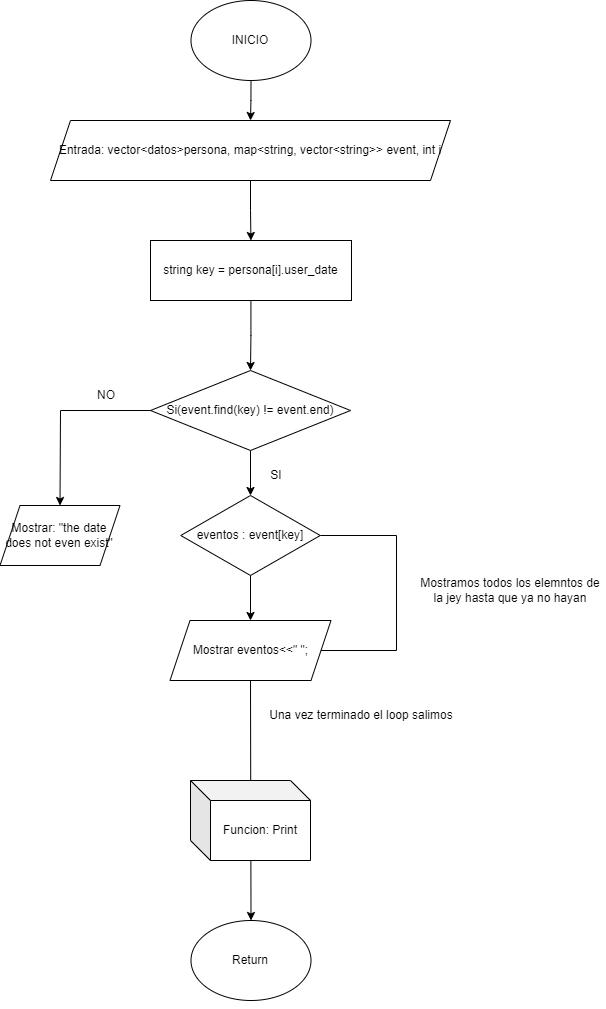
The draw.io diagram Documentation/Funcion Find.drawio.png in AlfredoZC/Data_Base, before a commit. Source tidied: cells renumbered, new cells last; positions are measured from the earlier drawing's top-left corner, leaving out a move shared by most shapes.
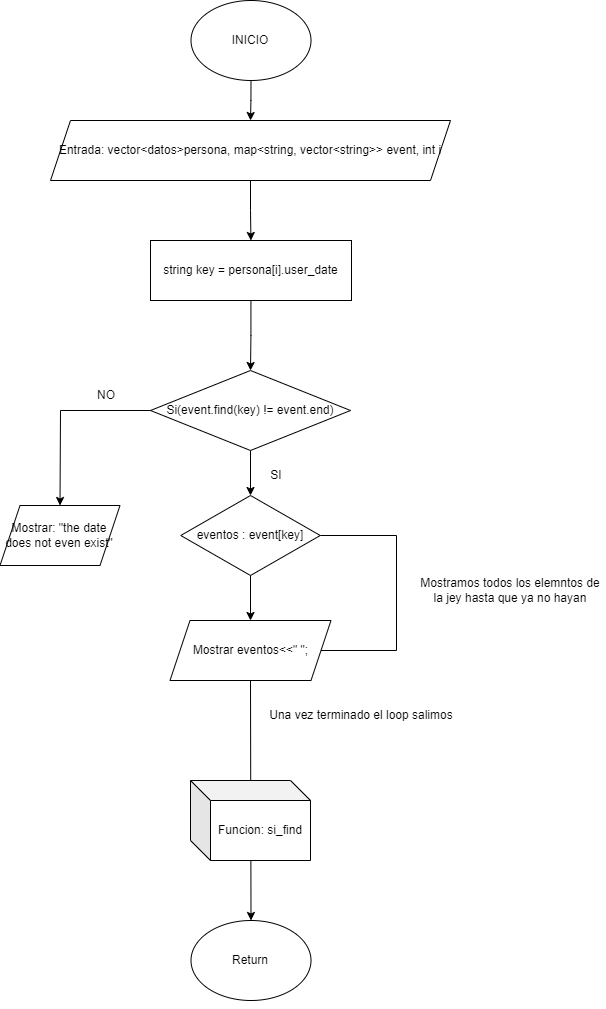
Later version of the same file.

Diff of the diagram source:
```diff
@@ -74,7 +74,7 @@
     <mxCell id="22" value="NO" style="text;html=1;align=center;verticalAlign=middle;whiteSpace=wrap;rounded=0;" parent="1" vertex="1">
       <mxGeometry x="76" y="380" width="60" height="30" as="geometry" />
     </mxCell>
-    <mxCell id="23" value="Funcion: Print" style="shape=cube;whiteSpace=wrap;html=1;boundedLbl=1;backgroundOutline=1;darkOpacity=0.05;darkOpacity2=0.1;" parent="1" vertex="1">
+    <mxCell id="23" value="Funcion: si_find" style="shape=cube;whiteSpace=wrap;html=1;boundedLbl=1;backgroundOutline=1;darkOpacity=0.05;darkOpacity2=0.1;" parent="1" vertex="1">
       <mxGeometry x="190" y="780" width="120" height="80" as="geometry" />
     </mxCell>
   </root>
```
